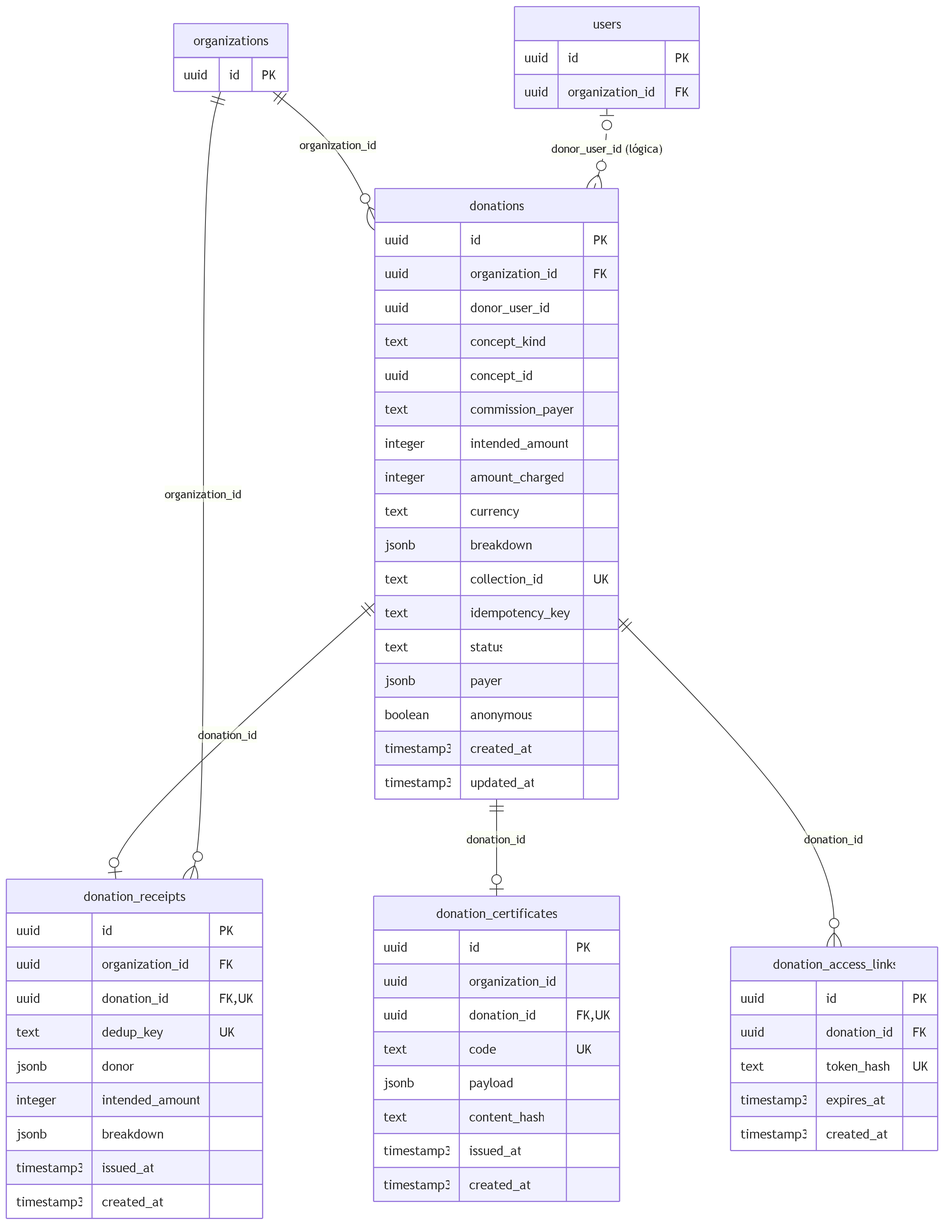
This is docs/diccionario-datos/mer/mer-donations.png from AGamez10/AdoptaFacil, a Mermaid export, as it was before one commit. Its source is kept beside it as docs/diccionario-datos/mer/mer-donations.mmd. Its diagram source:
```mermaid
erDiagram
  donations {
    uuid id PK
    uuid organization_id FK
    uuid donor_user_id
    text concept_kind
    uuid concept_id
    text commission_payer
    integer intended_amount
    integer amount_charged
    text currency
    jsonb breakdown
    text collection_id UK
    text idempotency_key
    text status
    jsonb payer
    boolean anonymous
    timestamp3 created_at
    timestamp3 updated_at
  }
  donation_receipts {
    uuid id PK
    uuid organization_id FK
    uuid donation_id FK,UK
    text dedup_key UK
    jsonb donor
    integer intended_amount
    jsonb breakdown
    timestamp3 issued_at
    timestamp3 created_at
  }
  donation_certificates {
    uuid id PK
    uuid organization_id
    uuid donation_id FK,UK
    text code UK
    jsonb payload
    text content_hash
    timestamp3 issued_at
    timestamp3 created_at
  }
  donation_access_links {
    uuid id PK
    uuid donation_id FK
    text token_hash UK
    timestamp3 expires_at
    timestamp3 created_at
  }
  organizations {
    uuid id PK
  }
  users {
    uuid id PK
    uuid organization_id FK
  }
  organizations ||--o{ donations : "organization_id"
  donations ||--o| donation_receipts : "donation_id"
  organizations ||--o{ donation_receipts : "organization_id"
  donations ||--o| donation_certificates : "donation_id"
  donations ||--o{ donation_access_links : "donation_id"
  users |o..o{ donations : "donor_user_id (lógica)"
```
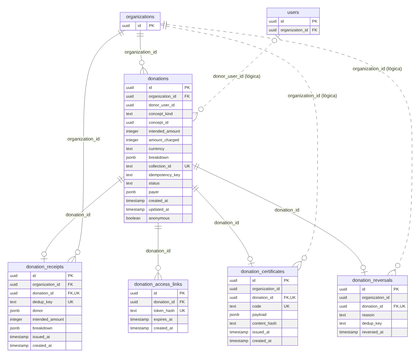
The same file after the commit.

What changed in the source:
```diff
@@ -1,22 +1,20 @@
 erDiagram
-  donations {
+  donation_access_links {
     uuid id PK
-    uuid organization_id FK
-    uuid donor_user_id
-    text concept_kind
-    uuid concept_id
-    text commission_payer
-    integer intended_amount
-    integer amount_charged
-    text currency
-    jsonb breakdown
-    text collection_id UK
-    text idempotency_key
-    text status
-    jsonb payer
-    boolean anonymous
-    timestamp3 created_at
-    timestamp3 updated_at
+    uuid donation_id FK
+    text token_hash UK
+    timestamp expires_at
+    timestamp created_at
+  }
+  donation_certificates {
+    uuid id PK
+    uuid organization_id
+    uuid donation_id FK,UK
+    text code UK
+    jsonb payload
+    text content_hash
+    timestamp issued_at
+    timestamp created_at
   }
   donation_receipts {
     uuid id PK
@@ -26,25 +24,34 @@
     jsonb donor
     integer intended_amount
     jsonb breakdown
-    timestamp3 issued_at
-    timestamp3 created_at
+    timestamp issued_at
+    timestamp created_at
   }
-  donation_certificates {
+  donation_reversals {
     uuid id PK
     uuid organization_id
     uuid donation_id FK,UK
-    text code UK
-    jsonb payload
-    text content_hash
-    timestamp3 issued_at
-    timestamp3 created_at
+    text reason
+    text dedup_key
+    timestamp reversed_at
   }
-  donation_access_links {
+  donations {
     uuid id PK
-    uuid donation_id FK
-    text token_hash UK
-    timestamp3 expires_at
-    timestamp3 created_at
+    uuid organization_id FK
+    uuid donor_user_id
+    text concept_kind
+    uuid concept_id
+    integer intended_amount
+    integer amount_charged
+    text currency
+    jsonb breakdown
+    text collection_id UK
+    text idempotency_key
+    text status
+    jsonb payer
+    timestamp created_at
+    timestamp updated_at
+    boolean anonymous
   }
   organizations {
     uuid id PK
@@ -53,9 +60,12 @@
     uuid id PK
     uuid organization_id FK
   }
-  organizations ||--o{ donations : "organization_id"
+  donations ||--o{ donation_access_links : "donation_id"
+  donations ||--o| donation_certificates : "donation_id"
   donations ||--o| donation_receipts : "donation_id"
   organizations ||--o{ donation_receipts : "organization_id"
-  donations ||--o| donation_certificates : "donation_id"
-  donations ||--o{ donation_access_links : "donation_id"
+  donations ||--o| donation_reversals : "donation_id"
+  organizations ||--o{ donations : "organization_id"
+  organizations ||..o{ donation_certificates : "organization_id (lógica)"
+  organizations ||..o{ donation_reversals : "organization_id (lógica)"
   users |o..o{ donations : "donor_user_id (lógica)"
```
